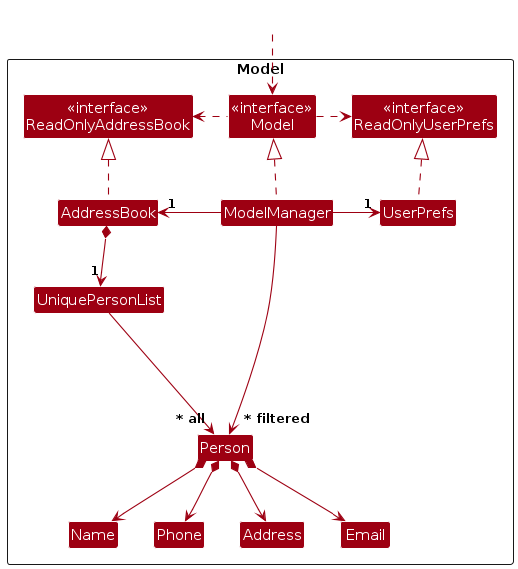
Earlier version of the PlantUML export diagrams/ModelClassDiagram.png (githubcsuser/tp). Its source is kept beside it as diagrams/ModelClassDiagram.puml. Its diagram source:
```plantuml
@startuml
!include style.puml
skinparam arrowThickness 1.1
skinparam arrowColor MODEL_COLOR
skinparam classBackgroundColor MODEL_COLOR

Package Model as ModelPackage <<Rectangle>>{
Class "<<interface>>\nReadOnlyAddressBook" as ReadOnlyAddressBook
Class "<<interface>>\nReadOnlyUserPrefs" as ReadOnlyUserPrefs
Class "<<interface>>\nModel" as Model
Class AddressBook
Class ModelManager
Class UserPrefs

Class UniquePersonList
Class Person
Class Address
Class Email
Class Name
Class Phone

Class I #FFFFFF
}

Class HiddenOutside #FFFFFF
HiddenOutside ..> Model

AddressBook .up.|> ReadOnlyAddressBook

ModelManager .up.|> Model
Model .right.> ReadOnlyUserPrefs
Model .left.> ReadOnlyAddressBook
ModelManager -left-> "1" AddressBook
ModelManager -right-> "1" UserPrefs
UserPrefs .up.|> ReadOnlyUserPrefs

AddressBook *--> "1" UniquePersonList
UniquePersonList --> "~* all" Person
Person *--> Name
Person *--> Phone
Person *--> Email
Person *--> Address

Person -[hidden]up--> I
UniquePersonList -[hidden]right-> I

Name -[hidden]right-> Phone
Phone -[hidden]right-> Address
Address -[hidden]right-> Email

ModelManager --> "~* filtered" Person
@enduml
```
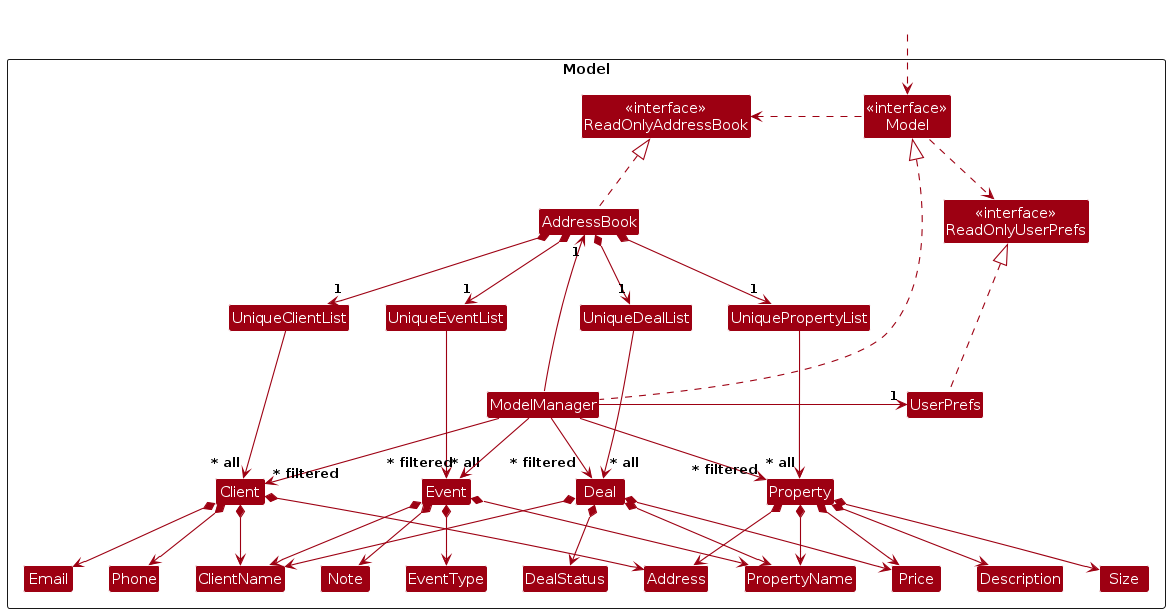
After the commit.

What changed in the source:
```diff
@@ -12,12 +12,28 @@
 Class ModelManager
 Class UserPrefs
 
-Class UniquePersonList
-Class Person
+Class UniqueClientList
+Class Client
 Class Address
 Class Email
-Class Name
+Class ClientName
 Class Phone
+
+Class UniqueDealList
+Class Deal
+Class DealStatus
+
+Class UniqueEventList
+Class Event
+Class EventType
+Class Note
+
+Class UniquePropertyList
+Class Property
+Class PropertyName
+Class Size
+Class Description
+Class Price
 
 Class I #FFFFFF
 }
@@ -27,26 +43,52 @@
 
 AddressBook .up.|> ReadOnlyAddressBook
 
-ModelManager .up.|> Model
+ModelManager ..up..|> Model
 Model .right.> ReadOnlyUserPrefs
 Model .left.> ReadOnlyAddressBook
 ModelManager -left-> "1" AddressBook
 ModelManager -right-> "1" UserPrefs
 UserPrefs .up.|> ReadOnlyUserPrefs
 
-AddressBook *--> "1" UniquePersonList
-UniquePersonList --> "~* all" Person
-Person *--> Name
-Person *--> Phone
-Person *--> Email
-Person *--> Address
+AddressBook *--> "1" UniqueClientList
+AddressBook *--> "1" UniqueDealList
+AddressBook *--> "1" UniqueEventList
+AddressBook *--> "1" UniquePropertyList
 
-Person -[hidden]up--> I
-UniquePersonList -[hidden]right-> I
+UniqueClientList ---> "~* all" Client
+Client *--> ClientName
+Client *--> Phone
+Client *--> Email
+Client *--> Address
 
-Name -[hidden]right-> Phone
+UniqueDealList ---> "~* all" Deal
+Deal *--> DealStatus
+Deal *--> ClientName
+Deal *--> PropertyName
+Deal *--> Price
+
+UniqueEventList ---> "~* all" Event
+Event *--> EventType
+Event *--> ClientName
+Event *--> PropertyName
+Event *--> Note
+
+UniquePropertyList ---> "~* all" Property
+Property *--> PropertyName
+Property *--> Size
+Property *--> Price
+Property *--> Description
+Property *--> Address
+
+Client -[hidden]up--> I
+UniqueClientList -[hidden]right-> I
+
+ClientName -[hidden]right-> Phone
 Phone -[hidden]right-> Address
 Address -[hidden]right-> Email
 
-ModelManager --> "~* filtered" Person
+ModelManager --> "~* filtered" Client
+ModelManager --> "~* filtered" Deal
+ModelManager --> "~* filtered" Event
+ModelManager --> "~* filtered" Property
 @enduml
```
